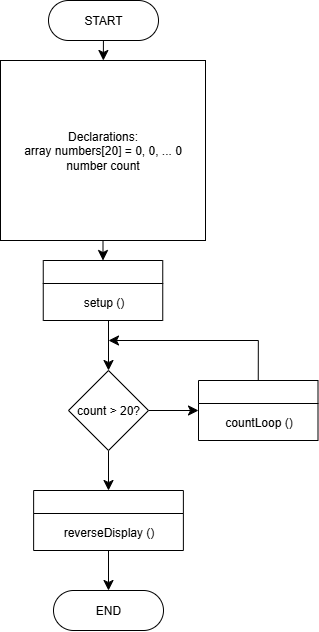
Earlier version of the draw.io export Module 7 - Arrays Exercise 1-1 - Connor Bowles.drawio.png (CBowles10/SDEV_120_FALL2025_CBOWLES). Source tidied: cells renumbered, new cells last; positions are measured from the earlier drawing's top-left corner, leaving out a move shared by most shapes.
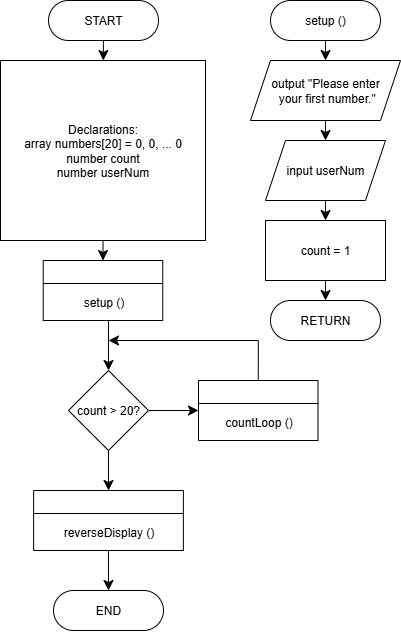
Above is the later version.

What changed in the source:
```diff
@@ -11,7 +11,7 @@
     <mxCell id="4" style="edgeStyle=none;curved=1;rounded=0;jettySize=auto;html=1;exitX=0.5;exitY=1;exitDx=0;exitDy=0;fontSize=12;startSize=8;endSize=8;" parent="1" edge="1" source="5" target="13">
       <mxGeometry relative="1" as="geometry" />
     </mxCell>
-    <mxCell id="5" value="Declarations:&lt;div&gt;array numbers[20] = 0, 0, ... 0&lt;br&gt;number count&lt;/div&gt;" style="rounded=0;whiteSpace=wrap;html=1;" parent="1" vertex="1">
+    <mxCell id="5" value="Declarations:&lt;div&gt;array numbers[20] = 0, 0, ... 0&lt;br&gt;number count&lt;br&gt;number userNum&lt;/div&gt;" style="rounded=0;whiteSpace=wrap;html=1;" parent="1" vertex="1">
       <mxGeometry y="60" width="205" height="180" as="geometry" />
     </mxCell>
     <mxCell id="6" style="edgeStyle=none;curved=1;rounded=0;jettySize=auto;html=1;fontSize=12;startSize=8;endSize=8;entryX=0;entryY=0.5;entryDx=0;entryDy=0;" parent="1" edge="1" source="8" target="10">
@@ -60,5 +60,32 @@
     <mxCell id="18" value="&lt;font style=&quot;font-size: 12px;&quot;&gt;reverseDisplay ()&lt;/font&gt;" style="text;html=1;align=center;verticalAlign=middle;strokeColor=none;fillColor=none;fontSize=16;" parent="17" vertex="1">
       <mxGeometry x="19.9" y="25" width="110" height="30" as="geometry" />
     </mxCell>
+    <mxCell id="19" style="edgeStyle=none;curved=1;rounded=0;jettySize=auto;html=1;exitX=0.5;exitY=1;exitDx=0;exitDy=0;entryX=0.5;entryY=0;entryDx=0;entryDy=0;fontSize=12;startSize=8;endSize=8;" parent="1" edge="1" source="20" target="22">
+      <mxGeometry relative="1" as="geometry" />
+    </mxCell>
+    <mxCell id="20" value="setup ()" style="rounded=1;whiteSpace=wrap;html=1;arcSize=50;" parent="1" vertex="1">
+      <mxGeometry x="270" width="110" height="40" as="geometry" />
+    </mxCell>
+    <mxCell id="21" style="edgeStyle=none;curved=1;rounded=0;jettySize=auto;html=1;exitX=0.5;exitY=1;exitDx=0;exitDy=0;entryX=0.5;entryY=0;entryDx=0;entryDy=0;fontSize=12;startSize=8;endSize=8;" parent="1" edge="1" source="22" target="24">
+      <mxGeometry relative="1" as="geometry" />
+    </mxCell>
+    <mxCell id="22" value="output &quot;Please enter&lt;br&gt;&amp;nbsp;your first number.&quot;" style="shape=parallelogram;perimeter=parallelogramPerimeter;whiteSpace=wrap;html=1;fixedSize=1;" parent="1" vertex="1">
+      <mxGeometry x="250" y="60" width="150" height="60" as="geometry" />
+    </mxCell>
+    <mxCell id="23" style="edgeStyle=none;curved=1;rounded=0;jettySize=auto;html=1;exitX=0.5;exitY=1;exitDx=0;exitDy=0;fontSize=12;startSize=8;endSize=8;" parent="1" edge="1" source="24" target="27">
+      <mxGeometry relative="1" as="geometry" />
+    </mxCell>
+    <mxCell id="24" value="input userNum" style="shape=parallelogram;perimeter=parallelogramPerimeter;whiteSpace=wrap;html=1;fixedSize=1;" parent="1" vertex="1">
+      <mxGeometry x="265" y="140" width="120" height="60" as="geometry" />
+    </mxCell>
+    <mxCell id="25" value="RETURN" style="rounded=1;whiteSpace=wrap;html=1;arcSize=50;" parent="1" vertex="1">
+      <mxGeometry x="270" y="300" width="110" height="40" as="geometry" />
+    </mxCell>
+    <mxCell id="26" style="edgeStyle=none;curved=1;rounded=0;jettySize=auto;html=1;exitX=0.5;exitY=1;exitDx=0;exitDy=0;entryX=0.5;entryY=0;entryDx=0;entryDy=0;fontSize=12;startSize=8;endSize=8;" parent="1" edge="1" source="27" target="25">
+      <mxGeometry relative="1" as="geometry" />
+    </mxCell>
+    <mxCell id="27" value="count = 1" style="rounded=0;whiteSpace=wrap;html=1;" parent="1" vertex="1">
+      <mxGeometry x="265" y="220" width="120" height="60" as="geometry" />
+    </mxCell>
   </root>
 </mxGraphModel>
```
